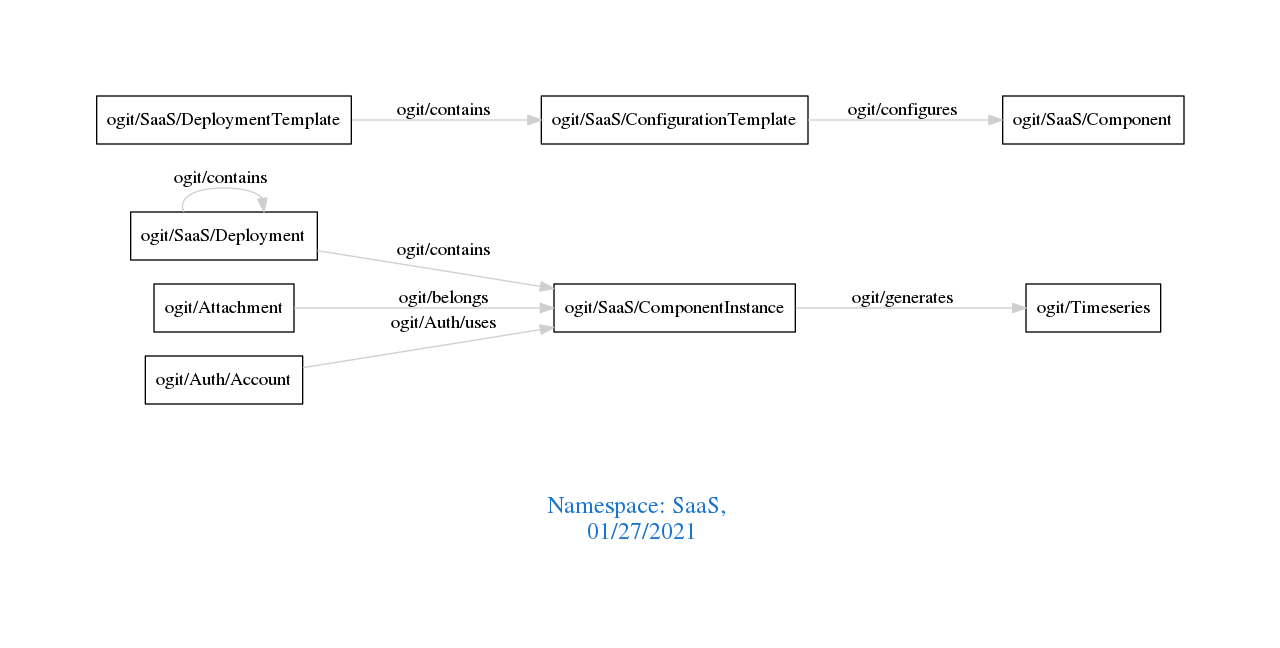
Earlier version of the Graphviz export downloads/SaaS.png (arago/OGIT). Its source is kept beside it as downloads/SaaS.dot.
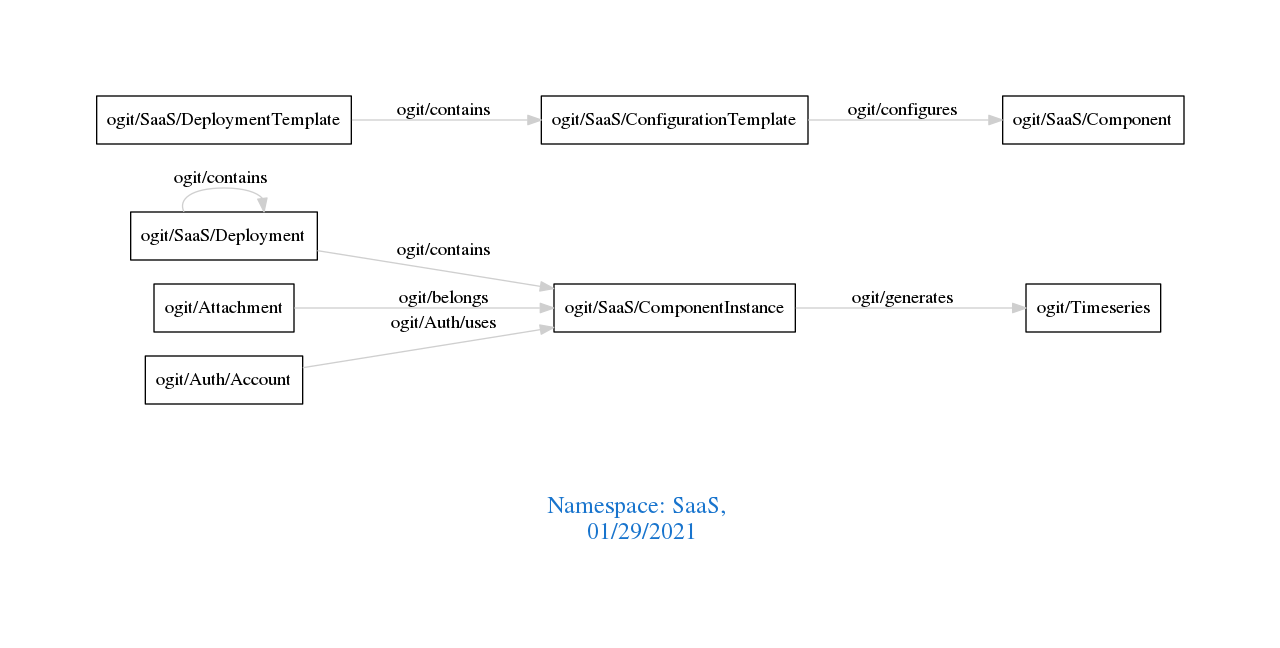
Later version of the same file.

The edit, as a diff of the source:
```diff
@@ -1,7 +1,7 @@
 digraph OGIT_ontology {
  graph [ rankdir= LR,pad=1
 fontsize = 18,
-fontcolor= dodgerblue3,label = "\n\n\nNamespace: SaaS, \n 01/27/2021"];
+fontcolor= dodgerblue3,label = "\n\n\nNamespace: SaaS, \n 01/29/2021"];
 node[shape=polygon];
 edge [  color="gray81"];
 
```
